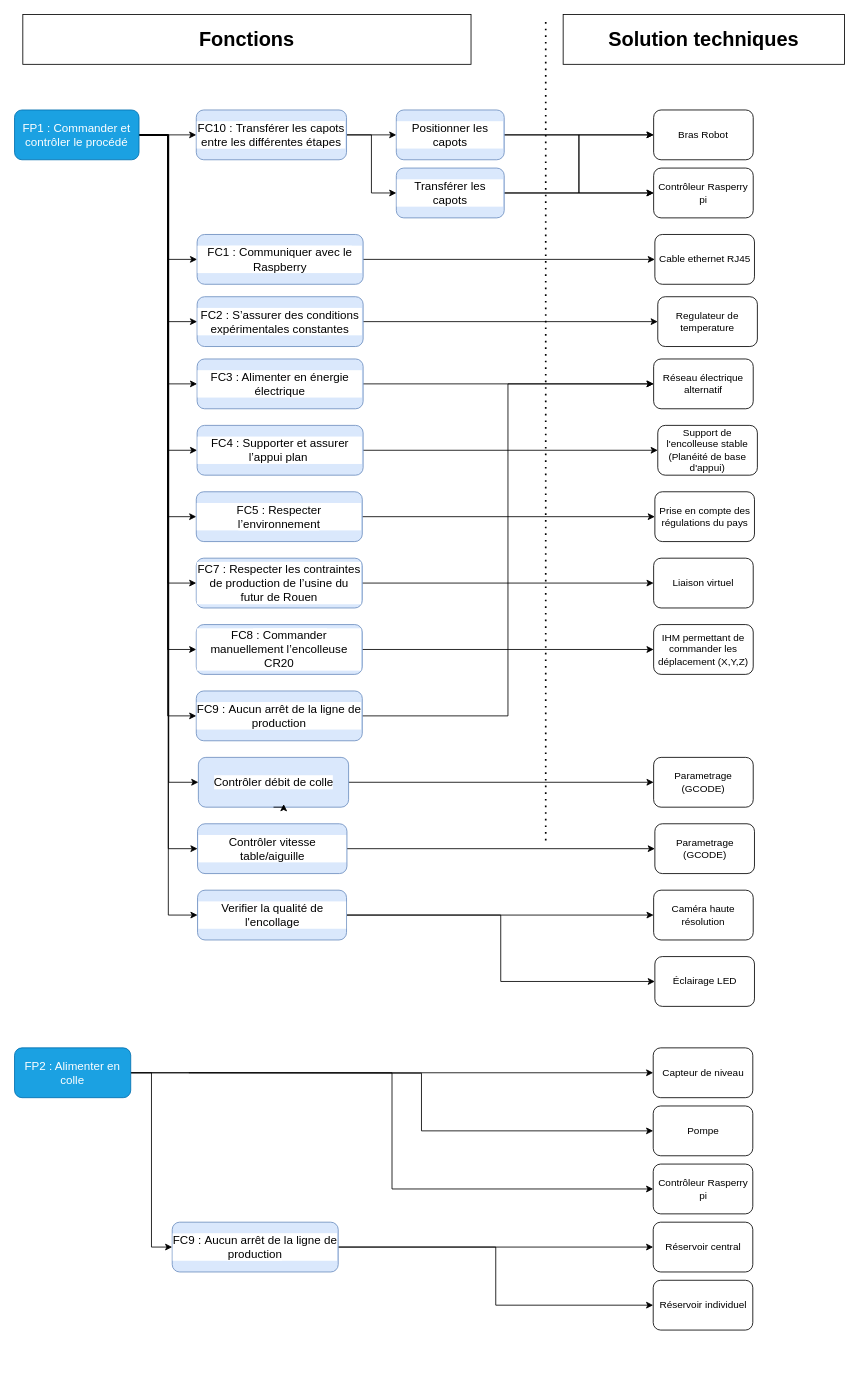
The draw.io diagram PDCA4 (Analyse fonctionnelle)/FAST DIAGRAM/Diagramme_FAST.drawio in CharifMah/Systemes_automatises, before the edit. Source tidied: cells renumbered, new cells numbered last; positions are measured from the earlier drawing's top-left corner, leaving out a move shared by most shapes. Both pictures are drawn from the tidied source at 83%, with x=0, y=0 at pixel (14, 14).
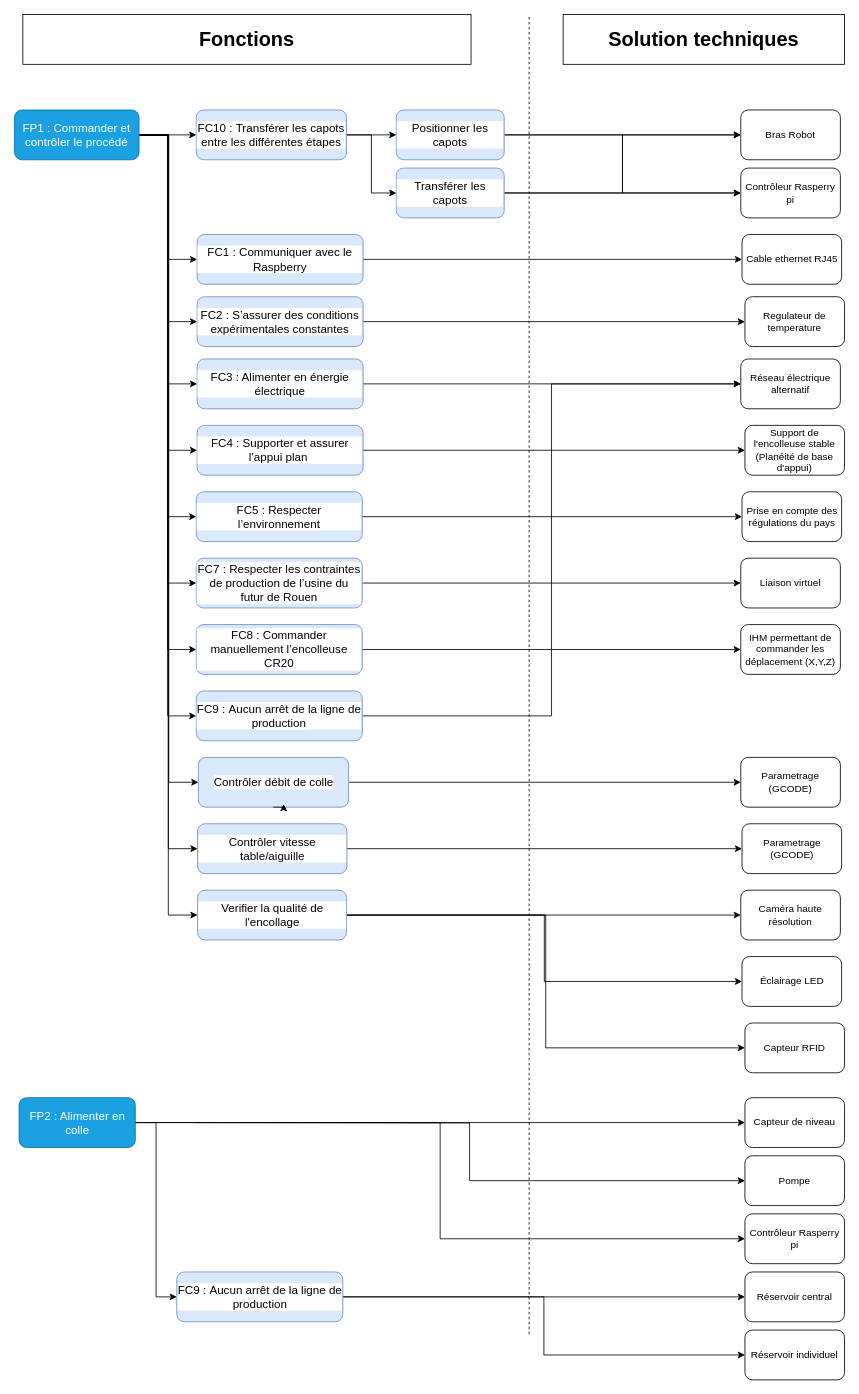
After the change.

The change refers to these unchanged cells:
```xml
<mxCell id="41" value="&lt;span style=&quot;font-size: 14px;&quot;&gt;Verifier la qualité de l'encollage&lt;/span&gt;" style="rounded=1;whiteSpace=wrap;html=1;labelBackgroundColor=default;labelBorderColor=none;textShadow=0;fillColor=#dae8fc;strokeColor=#6c8ebf;fontFamily=Helvetica;" parent="1" vertex="1">
  <mxGeometry x="220.5" y="1055" width="179.5" height="60" as="geometry" />
</mxCell>
```

What changed in the source:
```diff
@@
     <mxCell id="3" style="edgeStyle=orthogonalEdgeStyle;rounded=0;jettySize=auto;html=1;entryX=0;entryY=0.5;entryDx=0;entryDy=0;fontFamily=Helvetica;" parent="1" edge="1" target="37">
       <mxGeometry relative="1" as="geometry">
-        <mxPoint x="210" y="1275" as="sourcePoint" />
+        <mxPoint x="215.5" y="1335" as="sourcePoint" />
       </mxGeometry>
     </mxCell>
@@
-    <mxCell id="27" style="endArrow=none;dashed=1;html=1;dashPattern=1 3;strokeWidth=2;rounded=0;fontFamily=Helvetica;" parent="1" edge="1">
-      <mxGeometry relative="1" as="geometry">
-        <mxPoint x="640" y="115" as="sourcePoint" />
-        <mxPoint x="640" y="5" as="targetPoint" />
-      </mxGeometry>
-    </mxCell>
@@
     <mxCell id="31" value="Parametrage (GCODE)" style="rounded=1;whiteSpace=wrap;html=1;fontFamily=Helvetica;" parent="1" vertex="1">
-      <mxGeometry x="770" y="895" width="120" height="60" as="geometry" />
+      <mxGeometry x="875" y="895" width="120" height="60" as="geometry" />
     </mxCell>
     <mxCell id="32" value="Parametrage (GCODE)" style="rounded=1;whiteSpace=wrap;html=1;fontFamily=Helvetica;" parent="1" vertex="1">
-      <mxGeometry x="771.5" y="975" width="120" height="60" as="geometry" />
+      <mxGeometry x="876.5" y="975" width="120" height="60" as="geometry" />
     </mxCell>
     <mxCell id="33" value="Capteur de niveau" style="rounded=1;whiteSpace=wrap;html=1;fontFamily=Helvetica;" parent="1" vertex="1">
-      <mxGeometry x="769.5" y="1245" width="120" height="60" as="geometry" />
+      <mxGeometry x="880" y="1305" width="120" height="60" as="geometry" />
     </mxCell>
     <mxCell id="34" value="Regulateur de temperature" style="rounded=1;whiteSpace=wrap;html=1;fontFamily=Helvetica;" parent="1" vertex="1">
-      <mxGeometry x="775" y="340" width="120" height="60" as="geometry" />
+      <mxGeometry x="880" y="340" width="120" height="60" as="geometry" />
     </mxCell>
     <mxCell id="35" value="Bras Robot" style="rounded=1;whiteSpace=wrap;html=1;fontFamily=Helvetica;" parent="1" vertex="1">
-      <mxGeometry x="770" y="115" width="120" height="60" as="geometry" />
+      <mxGeometry x="875" y="115" width="120" height="60" as="geometry" />
     </mxCell>
     <mxCell id="36" value="Réservoir central" style="rounded=1;whiteSpace=wrap;html=1;fontFamily=Helvetica;" parent="1" vertex="1">
-      <mxGeometry x="769.5" y="1455" width="120" height="60" as="geometry" />
+      <mxGeometry x="880" y="1515" width="120" height="60" as="geometry" />
     </mxCell>
     <mxCell id="37" value="Pompe" style="rounded=1;whiteSpace=wrap;html=1;fontFamily=Helvetica;" parent="1" vertex="1">
-      <mxGeometry x="769.5" y="1315" width="120" height="60" as="geometry" />
+      <mxGeometry x="880" y="1375" width="120" height="60" as="geometry" />
     </mxCell>
     <mxCell id="38" value="Contrôleur Rasperry pi" style="rounded=1;whiteSpace=wrap;html=1;fontFamily=Helvetica;" parent="1" vertex="1">
-      <mxGeometry x="769.5" y="1385" width="120" height="60" as="geometry" />
+      <mxGeometry x="880" y="1445" width="120" height="60" as="geometry" />
     </mxCell>
@@
+    <mxCell id="79" style="edgeStyle=orthogonalEdgeStyle;rounded=0;jettySize=auto;html=1;entryX=0;entryY=0.5;entryDx=0;entryDy=0;" parent="1" edge="1" source="41" target="81">
+      <mxGeometry relative="1" as="geometry" />
+    </mxCell>
@@
     <mxCell id="42" value="Caméra haute résolution" style="rounded=1;whiteSpace=wrap;html=1;fontFamily=Helvetica;" parent="1" vertex="1">
-      <mxGeometry x="770" y="1055" width="120" height="60" as="geometry" />
+      <mxGeometry x="875" y="1055" width="120" height="60" as="geometry" />
     </mxCell>
     <mxCell id="43" value="Éclairage LED" style="rounded=1;whiteSpace=wrap;html=1;fontFamily=Helvetica;" parent="1" vertex="1">
-      <mxGeometry x="771.5" y="1135" width="120" height="60" as="geometry" />
+      <mxGeometry x="876.5" y="1135" width="120" height="60" as="geometry" />
     </mxCell>
     <mxCell id="44" value="Contrôleur Rasperry pi" style="rounded=1;whiteSpace=wrap;html=1;fontFamily=Helvetica;" parent="1" vertex="1">
-      <mxGeometry x="770" y="185" width="120" height="60" as="geometry" />
+      <mxGeometry x="875" y="185" width="120" height="60" as="geometry" />
     </mxCell>
@@
     <mxCell id="46" value="&lt;span style=&quot;font-size: 14px;&quot;&gt;&lt;font style=&quot;color: rgb(255, 255, 255);&quot;&gt;FP2 : Alimenter en colle&lt;/font&gt;&lt;/span&gt;" style="rounded=1;whiteSpace=wrap;html=1;fillColor=#1ba1e2;fontColor=#ffffff;strokeColor=#006EAF;fontFamily=Helvetica;" parent="1" vertex="1">
-      <mxGeometry y="1245" width="140" height="60" as="geometry" />
+      <mxGeometry x="5.5" y="1305" width="140" height="60" as="geometry" />
     </mxCell>
@@
     <mxCell id="49" value="Cable ethernet RJ45" style="rounded=1;whiteSpace=wrap;html=1;" parent="1" vertex="1">
-      <mxGeometry x="771.5" y="265" width="120" height="60" as="geometry" />
+      <mxGeometry x="876.5" y="265" width="120" height="60" as="geometry" />
     </mxCell>
@@
     <mxCell id="52" value="Réseau électrique alternatif" style="rounded=1;whiteSpace=wrap;html=1;" parent="1" vertex="1">
-      <mxGeometry x="770" y="415" width="120" height="60" as="geometry" />
+      <mxGeometry x="875" y="415" width="120" height="60" as="geometry" />
     </mxCell>
@@
-    <mxCell id="56" style="endArrow=none;dashed=1;html=1;dashPattern=1 3;strokeWidth=2;rounded=0;fontFamily=Helvetica;" parent="1" edge="1">
-      <mxGeometry relative="1" as="geometry">
-        <mxPoint x="640" y="995" as="sourcePoint" />
-        <mxPoint x="640" y="115" as="targetPoint" />
-      </mxGeometry>
-    </mxCell>
@@
     <mxCell id="63" value="Support de l'encolleuse stable (Planéité de base d'appui)" style="rounded=1;whiteSpace=wrap;html=1;" parent="1" vertex="1">
-      <mxGeometry x="775" y="495" width="120" height="60" as="geometry" />
+      <mxGeometry x="880" y="495" width="120" height="60" as="geometry" />
     </mxCell>
@@
     <mxCell id="66" value="Prise en compte des régulations du pays" style="rounded=1;whiteSpace=wrap;html=1;" parent="1" vertex="1">
-      <mxGeometry x="771.5" y="575" width="120" height="60" as="geometry" />
+      <mxGeometry x="876.5" y="575" width="120" height="60" as="geometry" />
     </mxCell>
@@
     <mxCell id="69" value="Liaison virtuel" style="rounded=1;whiteSpace=wrap;html=1;" parent="1" vertex="1">
-      <mxGeometry x="770" y="655" width="120" height="60" as="geometry" />
+      <mxGeometry x="875" y="655" width="120" height="60" as="geometry" />
     </mxCell>
@@
     <mxCell id="72" value="IHM permettant de commander les déplacement (X,Y,Z)" style="rounded=1;whiteSpace=wrap;html=1;fontFamily=Helvetica;" parent="1" vertex="1">
-      <mxGeometry x="770" y="735" width="120" height="60" as="geometry" />
+      <mxGeometry x="875" y="735" width="120" height="60" as="geometry" />
     </mxCell>
@@
     <mxCell id="77" value="&lt;div&gt;&lt;font style=&quot;font-size: 14px;&quot;&gt;FC9&lt;/font&gt;&lt;span style=&quot;color: light-dark(rgb(0, 0, 0), rgb(255, 255, 255)); font-size: 14px; background-color: light-dark(#ffffff, var(--ge-dark-color, #121212));&quot;&gt;&amp;nbsp;:&amp;nbsp;&lt;/span&gt;&lt;span style=&quot;color: light-dark(rgb(0, 0, 0), rgb(255, 255, 255)); background-color: light-dark(#ffffff, var(--ge-dark-color, #121212)); font-size: 14px;&quot;&gt;Aucun arrêt de la ligne de production&lt;/span&gt;&lt;/div&gt;" style="rounded=1;whiteSpace=wrap;html=1;labelBackgroundColor=default;labelBorderColor=none;textShadow=0;fillColor=#dae8fc;strokeColor=#6c8ebf;fontFamily=Helvetica;" parent="1" vertex="1">
-      <mxGeometry x="190" y="1455" width="200" height="60" as="geometry" />
+      <mxGeometry x="195.5" y="1515" width="200" height="60" as="geometry" />
     </mxCell>
     <mxCell id="78" value="Réservoir individuel" style="rounded=1;whiteSpace=wrap;html=1;fontFamily=Helvetica;" parent="1" vertex="1">
-      <mxGeometry x="769.5" y="1525" width="120" height="60" as="geometry" />
+      <mxGeometry x="880" y="1585" width="120" height="60" as="geometry" />
     </mxCell>
+    <mxCell id="80" style="endArrow=none;html=1;rounded=0;dashed=1;" parent="1" edge="1">
+      <mxGeometry relative="1" as="geometry">
+        <mxPoint x="620" y="1590" as="sourcePoint" />
+        <mxPoint x="620" as="targetPoint" />
+      </mxGeometry>
+    </mxCell>
+    <mxCell id="81" value="Capteur RFID" style="rounded=1;whiteSpace=wrap;html=1;fontFamily=Helvetica;" parent="1" vertex="1">
+      <mxGeometry x="880" y="1215" width="120" height="60" as="geometry" />
+    </mxCell>
```
